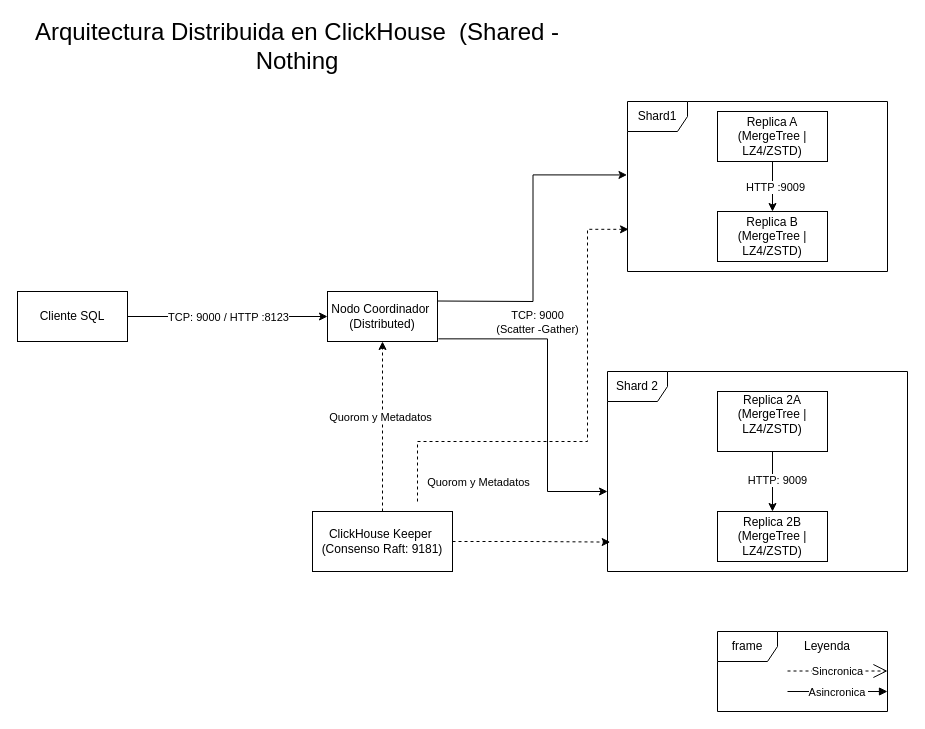
Luispaca2002/TA-IND-01-Informe-Acad-mico-Individual-An-lisis-Cr-tico-de-Sistemas-Distribuidos-Unidad-1- keeps this draw.io diagram as page "Página-1" (1 of 2) of TA-IND-01-Luis Jeremy Jaramillo Acosta/Arquitectura_clickhouse.drawio. Above is the earlier version. Source tidied: cells renumbered, new cells numbered last; positions are measured from the earlier drawing's top-left corner, leaving out a move shared by most shapes. Both pictures are drawn from the tidied source at 100%, with x=0, y=0 at pixel (17, 31).
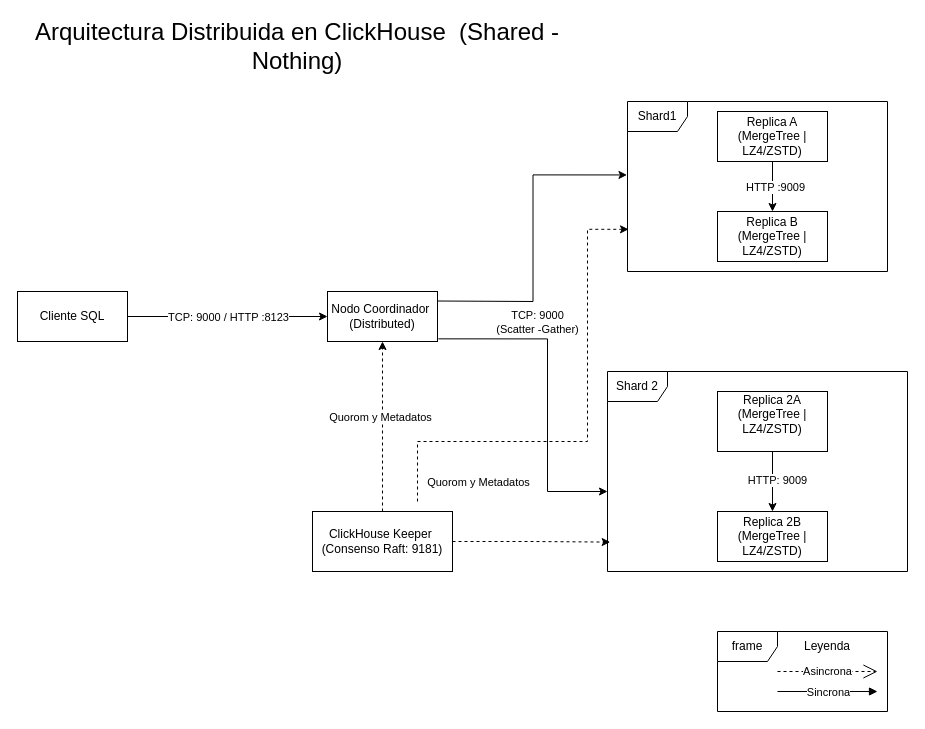
The same page after the edit.

Commit message (it also covers changes not shown here):
fix(diagrama): corregir etiquetas de protocolo, puertos y leyenda en arquitectura de ClickHouse

Se actualizan Arquitectura_clickhouse.drawio y Arquitectura_clickhouse.png para corregir conexiones de replicacion/consenso Raft, puertos (9000, 8123, 9009, 9181) y leyenda de comunicacion sincrona y asincrona.

The edit, as a diff of the source:
```diff
@@
-    <mxCell id="26" value="Sincronica" style="endArrow=open;endSize=12;dashed=1;html=1;rounded=0;defaultLabelBackgroundColor=page;labelPadding=0 4;" parent="1" edge="1">
+    <mxCell id="26" value="Asincrona" style="endArrow=open;endSize=12;dashed=1;html=1;rounded=0;defaultLabelBackgroundColor=page;labelPadding=0 4;" parent="1" edge="1">
       <mxGeometry relative="1" as="geometry">
-        <mxPoint x="770" y="639.5" as="sourcePoint" />
-        <mxPoint x="870" y="639.5" as="targetPoint" />
+        <mxPoint x="760" y="640" as="sourcePoint" />
+        <mxPoint x="860" y="640" as="targetPoint" />
       </mxGeometry>
     </mxCell>
     <mxCell id="27" style="endArrow=block;endFill=1;html=1;edgeStyle=orthogonalEdgeStyle;align=left;verticalAlign=top;rounded=0;defaultLabelBackgroundColor=page;labelPadding=0 4;" parent="1" edge="1">
       <mxGeometry x="-0.6" relative="1" as="geometry">
-        <mxPoint x="770" y="660" as="sourcePoint" />
-        <mxPoint x="870" y="660" as="targetPoint" />
+        <mxPoint x="760" y="660" as="sourcePoint" />
+        <mxPoint x="860" y="660" as="targetPoint" />
       </mxGeometry>
     </mxCell>
-    <mxCell id="28" value="Asincronica&amp;nbsp;" style="edgeLabel;html=1;align=center;verticalAlign=middle;inheritText=1;defaultLabelBackgroundColor=page;labelPadding=0 4;" parent="27" vertex="1">
+    <mxCell id="28" value="Sincrona" style="edgeLabel;html=1;align=center;verticalAlign=middle;inheritText=1;defaultLabelBackgroundColor=page;labelPadding=0 4;" parent="27" vertex="1">
       <mxGeometry x="0.3" y="2" relative="1" as="geometry">
         <mxPoint x="-15" y="2" as="offset" />
       </mxGeometry>
     </mxCell>
@@
-    <mxCell id="30" value="&lt;font style=&quot;font-size: 24px;&quot;&gt;Arquitectura Distribuida en ClickHouse&amp;nbsp; (Shared - Nothing&lt;/font&gt;" style="text;html=1;whiteSpace=wrap;strokeColor=none;fillColor=none;align=center;verticalAlign=middle;rounded=0;" parent="1" vertex="1">
+    <mxCell id="30" value="&lt;font style=&quot;font-size: 24px;&quot;&gt;Arquitectura Distribuida en ClickHouse&amp;nbsp; (Shared - Nothing)&lt;/font&gt;" style="text;html=1;whiteSpace=wrap;strokeColor=none;fillColor=none;align=center;verticalAlign=middle;rounded=0;" parent="1" vertex="1">
       <mxGeometry width="560" height="30" as="geometry" />
     </mxCell>
```
